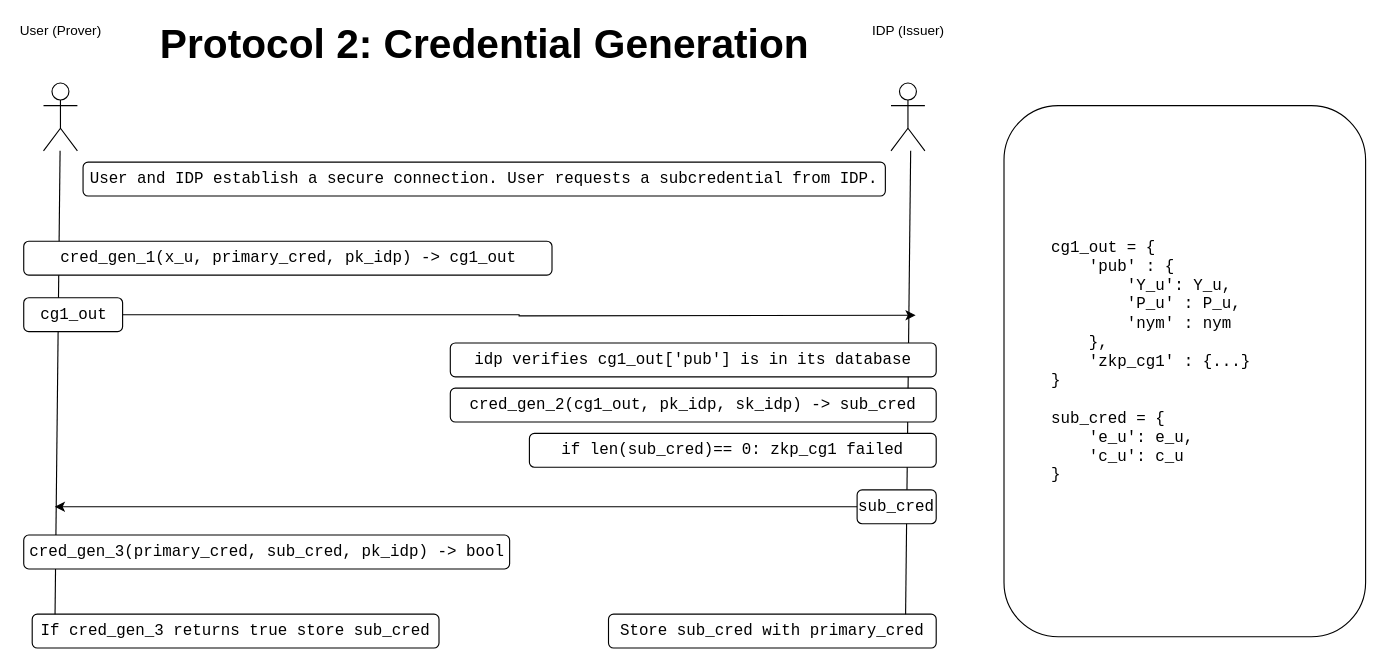
Before: page "Cred Gen" (3 of 6) of doc/Protocols.drawio in JacobGorman613/cl-api, a draw.io diagram. Source tidied: cells renumbered, new cells numbered last; positions are measured from the earlier drawing's top-left corner, leaving out a move shared by most shapes. Both pictures are drawn from the tidied source at 113%, with x=0, y=0 at pixel (23, 26).
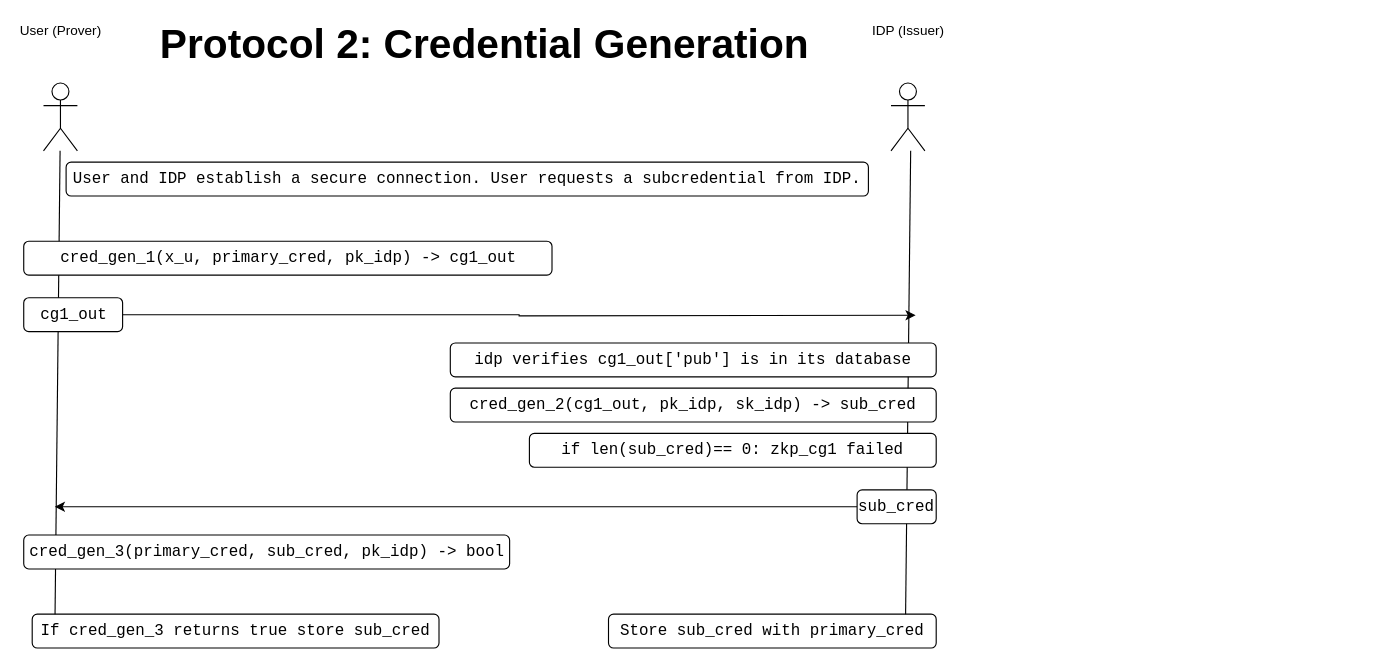
Above is the later version.

Diff of the diagram source:
```diff
@@
     <mxCell id="10" value="&lt;font style=&quot;font-size: 14px;&quot; face=&quot;Courier New&quot;&gt;User and IDP establish a secure connection. User requests a subcredential from IDP.&lt;/font&gt;" style="rounded=1;whiteSpace=wrap;html=1;" parent="1" vertex="1">
-      <mxGeometry x="53" y="120" width="710" height="30" as="geometry" />
+      <mxGeometry x="38" y="120" width="710" height="30" as="geometry" />
     </mxCell>
@@
-    <mxCell id="19" value="&lt;blockquote style=&quot;margin: 0 0 0 40px; border: none; padding: 0px;&quot;&gt;&lt;font face=&quot;Courier New&quot;&gt;&lt;span style=&quot;font-size: 14px;&quot;&gt;cg1_out = {&lt;/span&gt;&lt;/font&gt;&lt;/blockquote&gt;&lt;blockquote style=&quot;margin: 0 0 0 40px; border: none; padding: 0px;&quot;&gt;&lt;span style=&quot;background-color: initial; font-family: &amp;quot;Courier New&amp;quot;; font-size: 14px;&quot;&gt;&amp;nbsp; &amp;nbsp; 'pub' : {&lt;/span&gt;&lt;/blockquote&gt;&lt;blockquote style=&quot;margin: 0 0 0 40px; border: none; padding: 0px;&quot;&gt;&lt;span style=&quot;background-color: initial; font-family: &amp;quot;Courier New&amp;quot;; font-size: 14px;&quot;&gt;&amp;nbsp; &amp;nbsp; &amp;nbsp; &amp;nbsp; 'Y_u': Y_u,&lt;/span&gt;&lt;/blockquote&gt;&lt;blockquote style=&quot;margin: 0 0 0 40px; border: none; padding: 0px;&quot;&gt;&lt;span style=&quot;font-family: &amp;quot;Courier New&amp;quot;; font-size: 14px; background-color: initial;&quot;&gt;&amp;nbsp; &amp;nbsp; &amp;nbsp; &amp;nbsp; 'P_u' : P_u,&lt;/span&gt;&lt;/blockquote&gt;&lt;blockquote style=&quot;margin: 0 0 0 40px; border: none; padding: 0px;&quot;&gt;&lt;span style=&quot;background-color: initial; font-family: &amp;quot;Courier New&amp;quot;; font-size: 14px;&quot;&gt;&amp;nbsp; &amp;nbsp; &amp;nbsp; &amp;nbsp; 'nym' : nym&lt;/span&gt;&lt;/blockquote&gt;&lt;blockquote style=&quot;margin: 0 0 0 40px; border: none; padding: 0px;&quot;&gt;&lt;span style=&quot;background-color: initial; font-family: &amp;quot;Courier New&amp;quot;; font-size: 14px;&quot;&gt;&amp;nbsp; &amp;nbsp; },&lt;/span&gt;&lt;/blockquote&gt;&lt;blockquote style=&quot;margin: 0 0 0 40px; border: none; padding: 0px;&quot;&gt;&lt;font face=&quot;Courier New&quot;&gt;&lt;span style=&quot;font-size: 14px;&quot;&gt;&amp;nbsp; &amp;nbsp; 'zkp_cg1' : {...}&lt;/span&gt;&lt;/font&gt;&lt;/blockquote&gt;&lt;blockquote style=&quot;margin: 0 0 0 40px; border: none; padding: 0px;&quot;&gt;&lt;font face=&quot;Courier New&quot;&gt;&lt;span style=&quot;font-size: 14px;&quot;&gt;}&lt;/span&gt;&lt;/font&gt;&lt;/blockquote&gt;&lt;blockquote style=&quot;margin: 0 0 0 40px; border: none; padding: 0px;&quot;&gt;&lt;font face=&quot;Courier New&quot;&gt;&lt;span style=&quot;font-size: 14px;&quot;&gt;&lt;br&gt;&lt;/span&gt;&lt;/font&gt;&lt;/blockquote&gt;&lt;blockquote style=&quot;margin: 0 0 0 40px; border: none; padding: 0px;&quot;&gt;&lt;font face=&quot;Courier New&quot;&gt;&lt;span style=&quot;font-size: 14px;&quot;&gt;sub_cred =&amp;nbsp;&lt;/span&gt;&lt;/font&gt;&lt;span style=&quot;font-size: 14px; font-family: &amp;quot;Courier New&amp;quot;; background-color: initial;&quot;&gt;{&lt;/span&gt;&lt;/blockquote&gt;&lt;blockquote style=&quot;margin: 0 0 0 40px; border: none; padding: 0px;&quot;&gt;&lt;font face=&quot;Courier New&quot;&gt;&lt;span style=&quot;font-size: 14px;&quot;&gt;&amp;nbsp; &amp;nbsp; 'e_u': e_u,&lt;/span&gt;&lt;/font&gt;&lt;/blockquote&gt;&lt;blockquote style=&quot;margin: 0 0 0 40px; border: none; padding: 0px;&quot;&gt;&lt;font face=&quot;Courier New&quot;&gt;&lt;span style=&quot;font-size: 14px;&quot;&gt;&amp;nbsp; &amp;nbsp; 'c_u': c_u&lt;/span&gt;&lt;/font&gt;&lt;/blockquote&gt;&lt;blockquote style=&quot;margin: 0 0 0 40px; border: none; padding: 0px;&quot;&gt;&lt;font face=&quot;Courier New&quot;&gt;&lt;span style=&quot;font-size: 14px;&quot;&gt;}&lt;/span&gt;&lt;/font&gt;&lt;/blockquote&gt;&lt;blockquote style=&quot;margin: 0 0 0 40px; border: none; padding: 0px;&quot;&gt;&lt;font face=&quot;Courier New&quot;&gt;&lt;span style=&quot;font-size: 14px;&quot;&gt;&lt;br&gt;&lt;/span&gt;&lt;/font&gt;&lt;/blockquote&gt;" style="rounded=1;whiteSpace=wrap;html=1;align=left;" parent="1" vertex="1">
-      <mxGeometry x="868" y="70" width="320" height="470" as="geometry" />
-    </mxCell>
```
